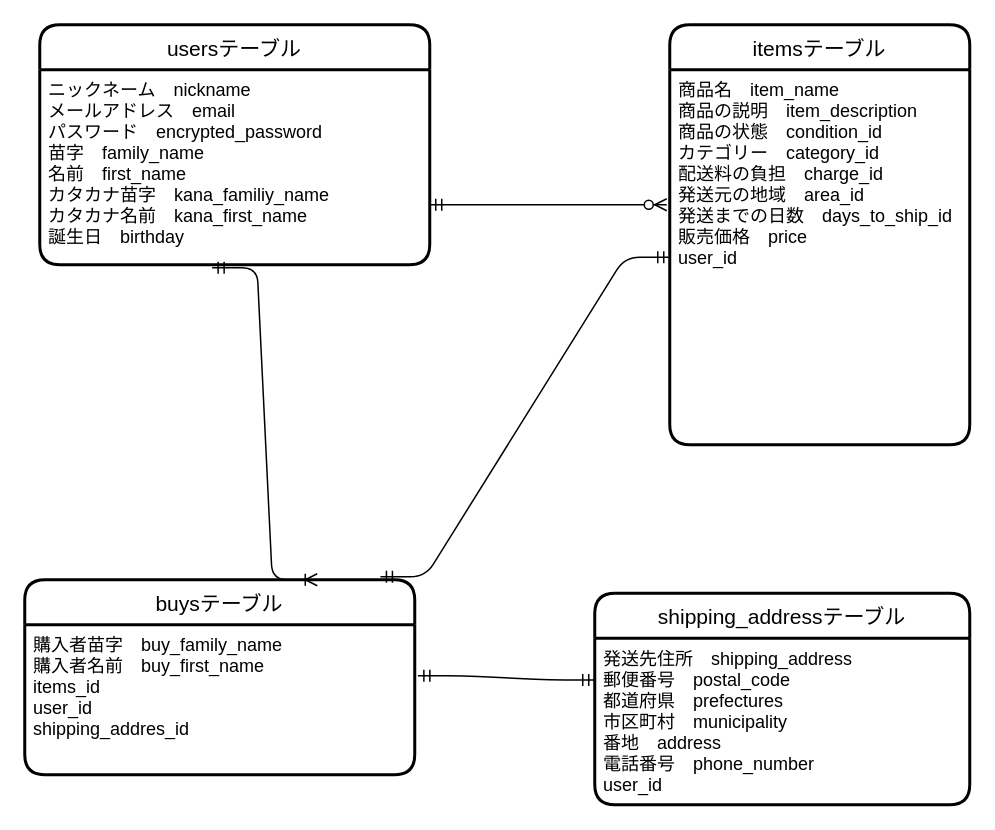
Earlier version of the draw.io diagram furima.dio (dino-pg/furima-34856). Source tidied: cells renumbered, new cells numbered last; positions are measured from the earlier drawing's top-left corner, leaving out a move shared by most shapes. Both pictures are drawn from the tidied source at 150%, with x=0, y=0 at pixel (24, 24).
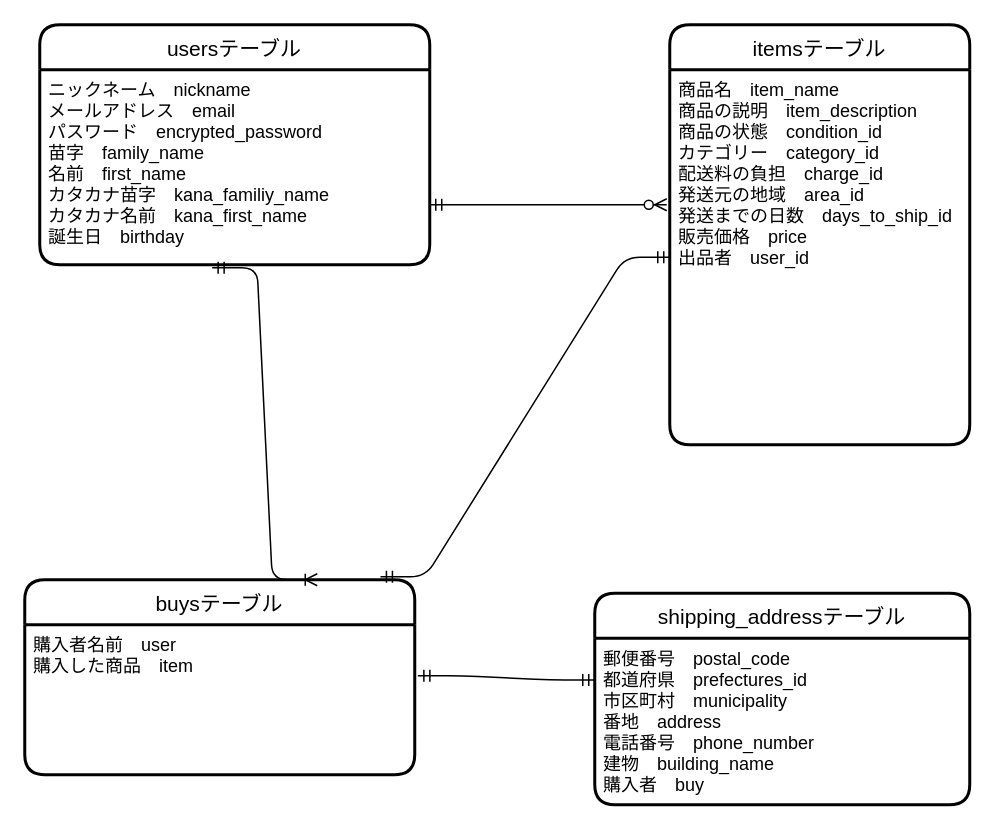
The same page after the edit.

Commit message (it also covers changes not shown here):
READMEの修正(5回目)

What changed in the source:
```diff
@@
 <mxGraphModel>
   <root>
     <mxCell id="0" />
     <mxCell id="1" parent="0" />
     <mxCell id="2" value="usersテーブル" style="swimlane;horizontal=1;startSize=30;rounded=1;fontSize=14;fontStyle=0;strokeWidth=2;shadow=0;dashed=0;align=center;" parent="1" vertex="1">
       <mxGeometry x="10" width="260" height="160" as="geometry" />
     </mxCell>
     <mxCell id="3" value="ニックネーム　nickname&#10;メールアドレス　email&#10;パスワード　encrypted_password&#10;苗字　family_name&#10;名前　first_name&#10;カタカナ苗字　kana_familiy_name&#10;カタカナ名前　kana_first_name&#10;誕生日　birthday&#10;" style="align=left;strokeColor=none;fillColor=none;spacingLeft=4;fontSize=12;verticalAlign=top;" parent="2" vertex="1">
       <mxGeometry y="30" width="260" height="130" as="geometry" />
     </mxCell>
     <mxCell id="4" value="buysテーブル" style="swimlane;horizontal=1;startSize=30;rounded=1;fontSize=14;fontStyle=0;strokeWidth=2;shadow=0;dashed=0;align=center;" parent="1" vertex="1">
       <mxGeometry y="370" width="260" height="130" as="geometry" />
     </mxCell>
-    <mxCell id="5" value="購入者苗字　buy_family_name&#10;購入者名前　buy_first_name&#10;items_id&#10;user_id&#10;shipping_addres_id" style="align=left;strokeColor=none;fillColor=none;spacingLeft=4;fontSize=12;verticalAlign=top;" parent="4" vertex="1">
+    <mxCell id="5" value="購入者名前　user&#10;購入した商品　item" style="align=left;strokeColor=none;fillColor=none;spacingLeft=4;fontSize=12;verticalAlign=top;" parent="4" vertex="1">
       <mxGeometry y="30" width="260" height="100" as="geometry" />
     </mxCell>
     <mxCell id="6" value="itemsテーブル" style="swimlane;horizontal=1;startSize=30;rounded=1;fontSize=14;fontStyle=0;strokeWidth=2;shadow=0;dashed=0;align=center;" parent="1" vertex="1">
       <mxGeometry x="430" width="200" height="280" as="geometry" />
     </mxCell>
-    <mxCell id="7" value="商品名　item_name&#10;商品の説明　item_description&#10;商品の状態　condition_id&#10;カテゴリー　category_id&#10;配送料の負担　charge_id&#10;発送元の地域　area_id&#10;発送までの日数　days_to_ship_id&#10;販売価格　price&#10;user_id" style="align=left;strokeColor=none;fillColor=none;spacingLeft=4;fontSize=12;verticalAlign=top;" parent="6" vertex="1">
+    <mxCell id="7" value="商品名　item_name&#10;商品の説明　item_description&#10;商品の状態　condition_id&#10;カテゴリー　category_id&#10;配送料の負担　charge_id&#10;発送元の地域　area_id&#10;発送までの日数　days_to_ship_id&#10;販売価格　price&#10;出品者　user_id" style="align=left;strokeColor=none;fillColor=none;spacingLeft=4;fontSize=12;verticalAlign=top;" parent="6" vertex="1">
       <mxGeometry y="30" width="200" height="250" as="geometry" />
     </mxCell>
     <mxCell id="8" value="shipping_addressテーブル" style="swimlane;horizontal=1;startSize=30;rounded=1;fontSize=14;fontStyle=0;strokeWidth=2;shadow=0;dashed=0;align=center;" parent="1" vertex="1">
       <mxGeometry x="380" y="379" width="250" height="141" as="geometry" />
     </mxCell>
-    <mxCell id="9" value="発送先住所　shipping_address&#10;郵便番号　postal_code&#10;都道府県　prefectures&#10;市区町村　municipality&#10;番地　address&#10;電話番号　phone_number&#10;user_id" style="align=left;strokeColor=none;fillColor=none;spacingLeft=4;fontSize=12;verticalAlign=top;" parent="8" vertex="1">
+    <mxCell id="9" value="郵便番号　postal_code&#10;都道府県　prefectures_id&#10;市区町村　municipality&#10;番地　address&#10;電話番号　phone_number&#10;建物　building_name&#10;購入者　buy" style="align=left;strokeColor=none;fillColor=none;spacingLeft=4;fontSize=12;verticalAlign=top;" parent="8" vertex="1">
       <mxGeometry y="30" width="250" height="111" as="geometry" />
     </mxCell>
     <mxCell id="10" style="edgeStyle=entityRelationEdgeStyle;fontSize=12;html=1;endArrow=ERmandOne;startArrow=ERmandOne;exitX=1.008;exitY=0.34;exitDx=0;exitDy=0;exitPerimeter=0;entryX=0;entryY=0.25;entryDx=0;entryDy=0;" parent="1" edge="1" source="5" target="9">
       <mxGeometry relative="1" as="geometry" />
     </mxCell>
     <mxCell id="11" style="edgeStyle=entityRelationEdgeStyle;fontSize=12;html=1;endArrow=ERzeroToMany;startArrow=ERmandOne;entryX=-0.01;entryY=0.36;entryDx=0;entryDy=0;entryPerimeter=0;" parent="1" edge="1" target="7">
       <mxGeometry relative="1" as="geometry">
         <mxPoint x="270" y="120" as="sourcePoint" />
       </mxGeometry>
     </mxCell>
     <mxCell id="12" style="edgeStyle=entityRelationEdgeStyle;fontSize=12;html=1;endArrow=ERmandOne;startArrow=ERmandOne;exitX=0.912;exitY=-0.015;exitDx=0;exitDy=0;exitPerimeter=0;entryX=0;entryY=0.5;entryDx=0;entryDy=0;" parent="1" edge="1" source="4" target="7">
       <mxGeometry relative="1" as="geometry" />
     </mxCell>
     <mxCell id="13" style="edgeStyle=entityRelationEdgeStyle;fontSize=12;html=1;endArrow=ERoneToMany;startArrow=ERmandOne;exitX=0.442;exitY=1.015;exitDx=0;exitDy=0;exitPerimeter=0;entryX=0.75;entryY=0;entryDx=0;entryDy=0;" parent="1" edge="1" source="3" target="4">
       <mxGeometry relative="1" as="geometry" />
     </mxCell>
   </root>
 </mxGraphModel>
```
